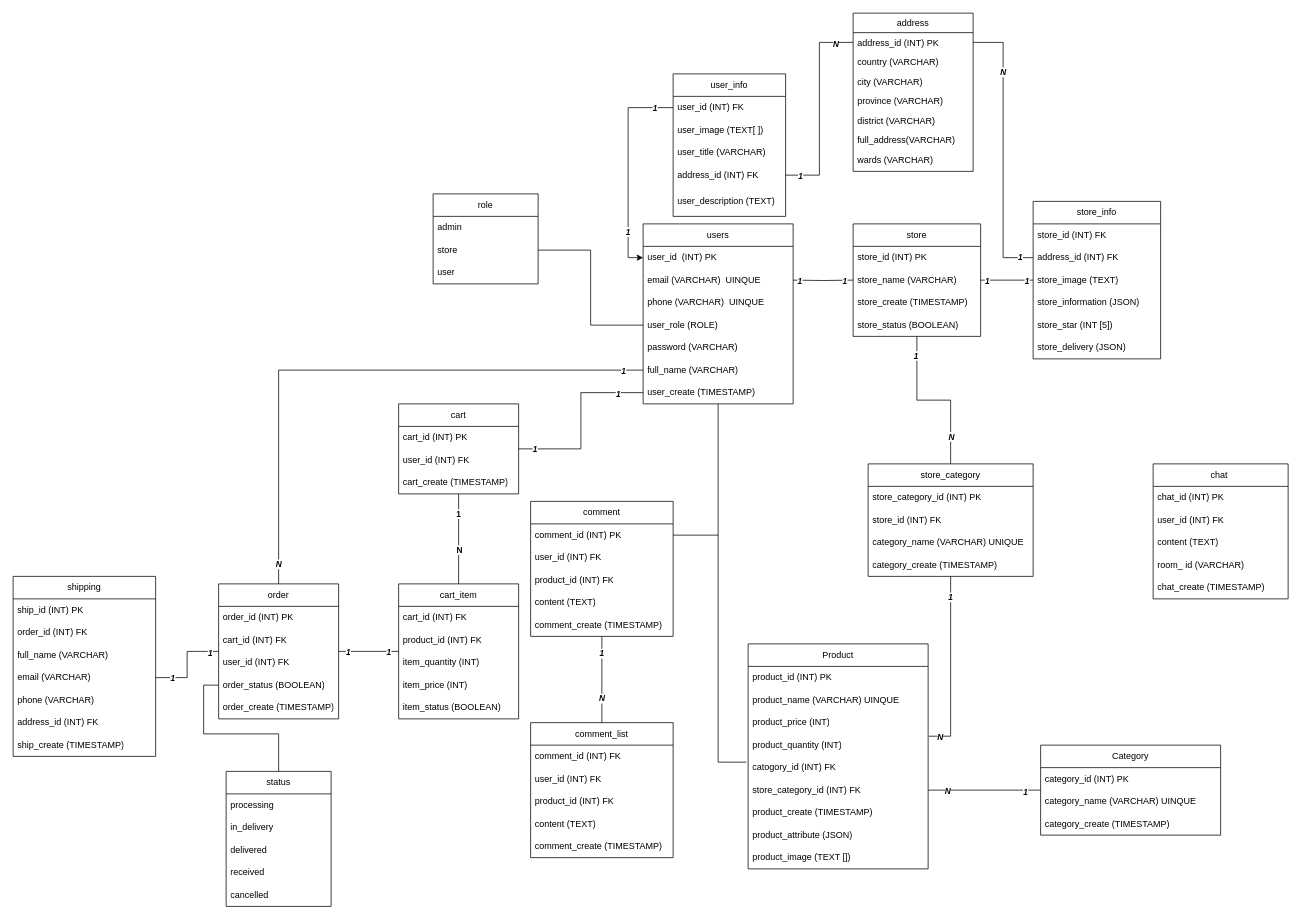
Earlier version of the draw.io diagram ecommerce.drawio.xml (C-THANH-C/PROJECT-ECOMMERCE). Source tidied: cells renumbered, new cells numbered last; positions are measured from the earlier drawing's top-left corner, leaving out a move shared by most shapes. Both pictures are drawn from the tidied source at 75%, with x=0, y=0 at pixel (13, 13).
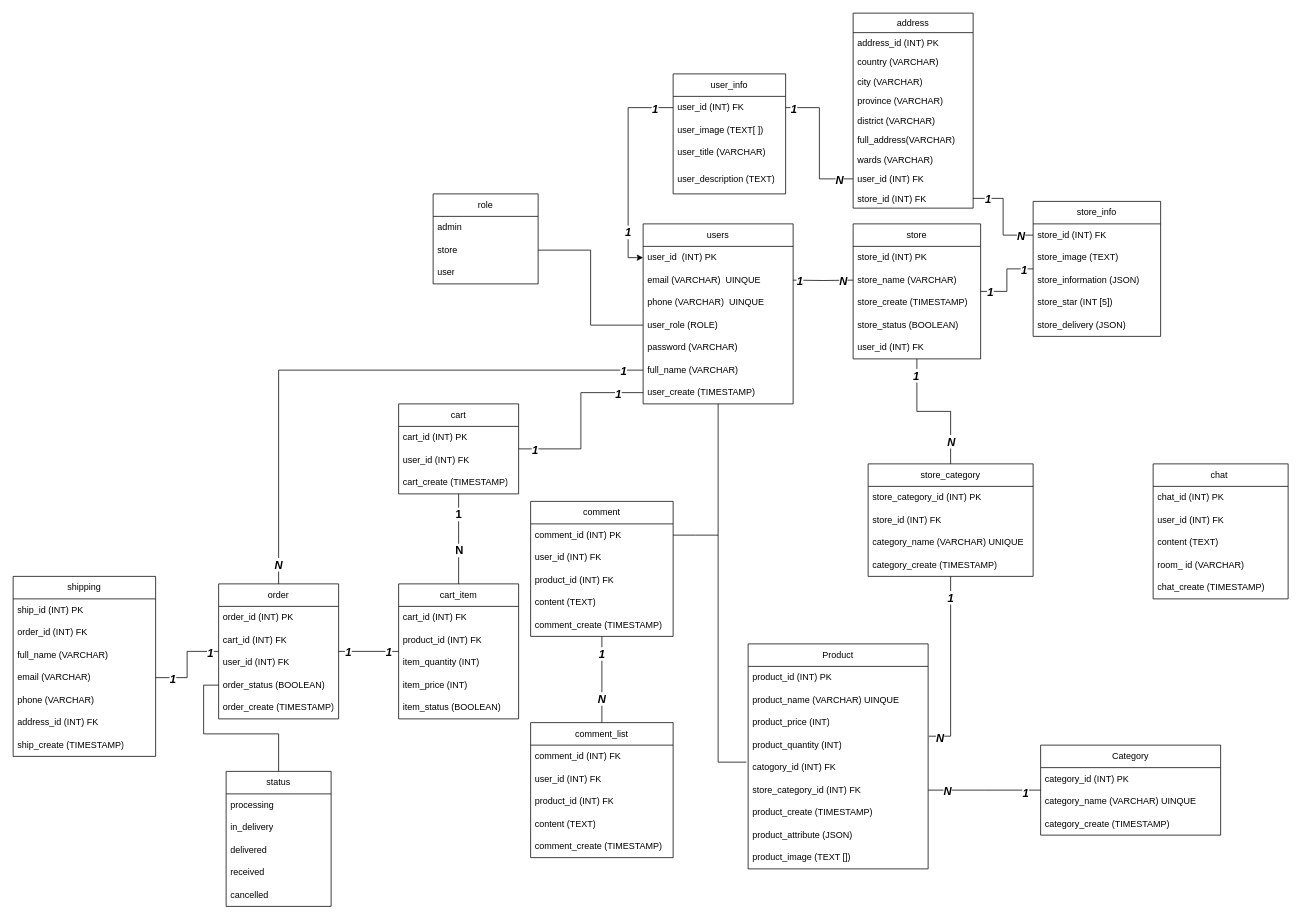
The same page after the edit.

Unchanged cells that the change refers to:
```xml
<mxCell id="10" style="edgeStyle=orthogonalEdgeStyle;rounded=0;jettySize=auto;html=1;endArrow=none;endFill=0;" parent="1" edge="1" source="13">
  <mxGeometry relative="1" as="geometry">
    <mxPoint x="1220" y="1036" as="targetPoint" />
  </mxGeometry>
</mxCell>
<mxCell id="32" value="user_id (INT) FK" style="text;strokeColor=none;fillColor=none;align=left;verticalAlign=middle;spacingLeft=4;spacingRight=4;overflow=hidden;points=[[0,0.5],[1,0.5]];portConstraint=eastwest;whiteSpace=wrap;html=1;" parent="31" vertex="1">
  <mxGeometry y="30" width="150" height="30" as="geometry" />
</mxCell>
<mxCell id="37" style="edgeStyle=orthogonalEdgeStyle;rounded=0;jettySize=auto;html=1;endArrow=none;endFill=0;" parent="1" edge="1" source="43" target="51">
  <mxGeometry relative="1" as="geometry" />
</mxCell>
<mxCell id="40" style="edgeStyle=orthogonalEdgeStyle;rounded=0;jettySize=auto;html=1;entryX=0.5;entryY=0;entryDx=0;entryDy=0;endArrow=none;endFill=0;" parent="1" edge="1" source="43" target="58">
  <mxGeometry relative="1" as="geometry" />
</mxCell>
<mxCell id="48" style="edgeStyle=orthogonalEdgeStyle;rounded=0;jettySize=auto;html=1;endArrow=none;endFill=0;" parent="1" edge="1" target="4">
  <mxGeometry relative="1" as="geometry">
    <mxPoint x="1120" y="356" as="sourcePoint" />
  </mxGeometry>
</mxCell>
<mxCell id="52" value="store_id (INT) FK" style="text;strokeColor=none;fillColor=none;align=left;verticalAlign=middle;spacingLeft=4;spacingRight=4;overflow=hidden;points=[[0,0.5],[1,0.5]];portConstraint=eastwest;whiteSpace=wrap;html=1;" parent="51" vertex="1">
  <mxGeometry y="30" width="170" height="30" as="geometry" />
</mxCell>
<mxCell id="63" style="edgeStyle=orthogonalEdgeStyle;rounded=0;jettySize=auto;html=1;entryX=1.004;entryY=0.103;entryDx=0;entryDy=0;entryPerimeter=0;endArrow=none;endFill=0;" parent="1" edge="1" source="58" target="21">
  <mxGeometry relative="1" as="geometry" />
</mxCell>
<mxCell id="66" style="edgeStyle=orthogonalEdgeStyle;rounded=0;jettySize=auto;html=1;entryX=0.5;entryY=0;entryDx=0;entryDy=0;endArrow=none;endFill=0;" parent="1" edge="1" source="72" target="79">
  <mxGeometry relative="1" as="geometry" />
</mxCell>
<mxCell id="69" style="edgeStyle=orthogonalEdgeStyle;rounded=0;jettySize=auto;html=1;entryX=0;entryY=0.5;entryDx=0;entryDy=0;endArrow=none;endFill=0;" parent="1" edge="1" source="72" target="9">
  <mxGeometry relative="1" as="geometry" />
</mxCell>
<mxCell id="76" style="edgeStyle=orthogonalEdgeStyle;rounded=0;jettySize=auto;html=1;endArrow=none;endFill=0;" parent="1" edge="1" source="79" target="88">
  <mxGeometry relative="1" as="geometry" />
</mxCell>
<mxCell id="85" style="edgeStyle=orthogonalEdgeStyle;rounded=0;jettySize=auto;html=1;entryX=1;entryY=0.5;entryDx=0;entryDy=0;endArrow=none;endFill=0;" parent="1" edge="1" source="88" target="101">
  <mxGeometry relative="1" as="geometry" />
</mxCell>
<mxCell id="94" style="edgeStyle=orthogonalEdgeStyle;rounded=0;jettySize=auto;html=1;entryX=0.5;entryY=0;entryDx=0;entryDy=0;endArrow=none;endFill=0;" parent="1" edge="1" source="8" target="88">
  <mxGeometry relative="1" as="geometry" />
</mxCell>
<mxCell id="106" style="edgeStyle=orthogonalEdgeStyle;rounded=0;jettySize=auto;html=1;entryX=0.5;entryY=0;entryDx=0;entryDy=0;endArrow=none;endFill=0;" parent="1" edge="1" source="109" target="116">
  <mxGeometry relative="1" as="geometry" />
</mxCell>
<mxCell id="129" value="address_id (INT) PK" style="text;align=left;verticalAlign=top;spacingLeft=4;spacingRight=4;overflow=hidden;points=[[0,0.5],[1,0.5]];portConstraint=eastwest;" parent="128" vertex="1">
  <mxGeometry y="26" width="160" height="26" as="geometry" />
</mxCell>
<mxCell id="137" style="edgeStyle=orthogonalEdgeStyle;rounded=0;jettySize=auto;html=1;entryX=0;entryY=0.5;entryDx=0;entryDy=0;" parent="1" edge="1" source="32" target="3">
  <mxGeometry relative="1" as="geometry" />
</mxCell>
```

Change to the diagram source:
```diff
@@
-    <mxCell id="11" value="1" style="edgeLabel;html=1;align=center;verticalAlign=middle;fontStyle=3;" parent="10" vertex="1">
+    <mxCell id="11" value="1" style="edgeLabel;html=1;align=center;verticalAlign=middle;fontStyle=3;fontSize=15;" parent="10" vertex="1">
       <mxGeometry x="-0.76" y="2" relative="1" as="geometry">
         <mxPoint x="-3" as="offset" />
       </mxGeometry>
     </mxCell>
-    <mxCell id="12" value="N" style="edgeLabel;html=1;align=center;verticalAlign=middle;fontStyle=3;" parent="10" vertex="1">
+    <mxCell id="12" value="N" style="edgeLabel;html=1;align=center;verticalAlign=middle;fontStyle=3;fontSize=15;" parent="10" vertex="1">
       <mxGeometry x="0.66" relative="1" as="geometry" />
     </mxCell>
@@
     <mxCell id="31" value="user_info" style="swimlane;fontStyle=0;horizontal=1;startSize=30;whiteSpace=wrap;html=1;" parent="1" vertex="1">
-      <mxGeometry x="880" y="81" width="150" height="190" as="geometry" />
+      <mxGeometry x="880" y="81" width="150" height="160" as="geometry" />
     </mxCell>
@@
-    <mxCell id="35" value="address_id (INT) FK" style="text;strokeColor=none;fillColor=none;align=left;verticalAlign=middle;spacingLeft=4;spacingRight=4;overflow=hidden;points=[[0,0.5],[1,0.5]];portConstraint=eastwest;whiteSpace=wrap;html=1;" parent="31" vertex="1">
-      <mxGeometry y="120" width="150" height="30" as="geometry" />
-    </mxCell>
     <mxCell id="36" value="user_description (TEXT)" style="text;strokeColor=none;fillColor=none;align=left;verticalAlign=middle;spacingLeft=4;spacingRight=4;overflow=hidden;whiteSpace=wrap;html=1;" parent="31" vertex="1">
-      <mxGeometry y="150" width="150" height="40" as="geometry" />
+      <mxGeometry y="120" width="150" height="40" as="geometry" />
     </mxCell>
@@
-    <mxCell id="38" value="1" style="edgeLabel;html=1;align=center;verticalAlign=middle;fontStyle=3;" parent="37" vertex="1">
+    <mxCell id="38" value="1" style="edgeLabel;html=1;align=center;verticalAlign=middle;fontStyle=3;fontSize=15;" parent="37" vertex="1">
       <mxGeometry x="-0.77" relative="1" as="geometry" />
     </mxCell>
-    <mxCell id="39" value="1" style="edgeLabel;html=1;align=center;verticalAlign=middle;fontStyle=3;" parent="37" vertex="1">
+    <mxCell id="39" value="1" style="edgeLabel;html=1;align=center;verticalAlign=middle;fontStyle=3;fontSize=15;" parent="37" vertex="1">
       <mxGeometry x="0.74" relative="1" as="geometry" />
     </mxCell>
@@
-    <mxCell id="41" value="&lt;b&gt;1&lt;/b&gt;" style="edgeLabel;html=1;align=center;verticalAlign=middle;fontStyle=2;" parent="40" vertex="1">
+    <mxCell id="41" value="&lt;span style=&quot;font-size: 15px;&quot;&gt;1&lt;/span&gt;" style="edgeLabel;html=1;align=center;verticalAlign=middle;fontStyle=3;fontSize=15;" parent="40" vertex="1">
       <mxGeometry x="-0.76" y="1" relative="1" as="geometry">
         <mxPoint x="-3" y="-1" as="offset" />
       </mxGeometry>
     </mxCell>
-    <mxCell id="42" value="N" style="edgeLabel;html=1;align=center;verticalAlign=middle;fontStyle=3;" parent="40" vertex="1">
+    <mxCell id="42" value="N" style="edgeLabel;html=1;align=center;verticalAlign=middle;fontStyle=3;fontSize=15;" parent="40" vertex="1">
       <mxGeometry x="0.66" y="3" relative="1" as="geometry">
         <mxPoint x="-3" as="offset" />
       </mxGeometry>
     </mxCell>
     <mxCell id="43" value="store" style="swimlane;fontStyle=0;horizontal=1;startSize=30;whiteSpace=wrap;html=1;" parent="1" vertex="1">
-      <mxGeometry x="1120" y="281" width="170" height="150" as="geometry" />
+      <mxGeometry x="1120" y="281" width="170" height="180" as="geometry" />
     </mxCell>
@@
+    <mxCell id="153" value="user_id (INT) FK" style="text;strokeColor=none;fillColor=none;align=left;verticalAlign=middle;spacingLeft=4;spacingRight=4;overflow=hidden;whiteSpace=wrap;html=1;" parent="43" vertex="1">
+      <mxGeometry y="150" width="170" height="30" as="geometry" />
+    </mxCell>
@@
-    <mxCell id="49" value="1" style="edgeLabel;html=1;align=center;verticalAlign=middle;fontStyle=3;" parent="48" vertex="1">
+    <mxCell id="49" value="1" style="edgeLabel;html=1;align=center;verticalAlign=middle;fontStyle=3;fontSize=15;" parent="48" vertex="1">
       <mxGeometry x="0.79" y="-1" relative="1" as="geometry">
         <mxPoint y="1" as="offset" />
       </mxGeometry>
     </mxCell>
-    <mxCell id="50" value="1" style="edgeLabel;html=1;align=center;verticalAlign=middle;fontStyle=3;" parent="48" vertex="1">
+    <mxCell id="50" value="N" style="edgeLabel;html=1;align=center;verticalAlign=middle;fontStyle=3;fontSize=15;" parent="48" vertex="1">
       <mxGeometry x="-0.69" y="2" relative="1" as="geometry">
-        <mxPoint y="-2" as="offset" />
+        <mxPoint x="-2" y="-2" as="offset" />
       </mxGeometry>
     </mxCell>
     <mxCell id="51" value="store_info" style="swimlane;fontStyle=0;horizontal=1;startSize=30;whiteSpace=wrap;html=1;" parent="1" vertex="1">
-      <mxGeometry x="1360" y="251" width="170" height="210" as="geometry" />
+      <mxGeometry x="1360" y="251" width="170" height="180" as="geometry" />
     </mxCell>
@@
-    <mxCell id="53" value="address_id (INT) FK" style="text;strokeColor=none;fillColor=none;align=left;verticalAlign=middle;spacingLeft=4;spacingRight=4;overflow=hidden;points=[[0,0.5],[1,0.5]];portConstraint=eastwest;whiteSpace=wrap;html=1;" parent="51" vertex="1">
-      <mxGeometry y="60" width="170" height="30" as="geometry" />
-    </mxCell>
     <mxCell id="54" value="store_image (TEXT)" style="text;strokeColor=none;fillColor=none;align=left;verticalAlign=middle;spacingLeft=4;spacingRight=4;overflow=hidden;whiteSpace=wrap;html=1;" parent="51" vertex="1">
-      <mxGeometry y="90" width="170" height="30" as="geometry" />
+      <mxGeometry y="60" width="170" height="30" as="geometry" />
     </mxCell>
     <mxCell id="55" value="store_information (JSON)" style="text;strokeColor=none;fillColor=none;align=left;verticalAlign=middle;spacingLeft=4;spacingRight=4;overflow=hidden;whiteSpace=wrap;html=1;" parent="51" vertex="1">
-      <mxGeometry y="120" width="170" height="30" as="geometry" />
+      <mxGeometry y="90" width="170" height="30" as="geometry" />
     </mxCell>
     <mxCell id="56" value="store_star (INT [5])" style="text;strokeColor=none;fillColor=none;align=left;verticalAlign=middle;spacingLeft=4;spacingRight=4;overflow=hidden;whiteSpace=wrap;html=1;" parent="51" vertex="1">
-      <mxGeometry y="150" width="170" height="30" as="geometry" />
+      <mxGeometry y="120" width="170" height="30" as="geometry" />
     </mxCell>
     <mxCell id="57" value="store_delivery (JSON)" style="text;strokeColor=none;fillColor=none;align=left;verticalAlign=middle;spacingLeft=4;spacingRight=4;overflow=hidden;whiteSpace=wrap;html=1;" parent="51" vertex="1">
-      <mxGeometry y="180" width="170" height="30" as="geometry" />
+      <mxGeometry y="150" width="170" height="30" as="geometry" />
     </mxCell>
@@
-    <mxCell id="64" value="1" style="edgeLabel;html=1;align=center;verticalAlign=middle;fontStyle=3;" parent="63" vertex="1">
+    <mxCell id="64" value="1" style="edgeLabel;html=1;align=center;verticalAlign=middle;fontStyle=3;fontSize=15;" parent="63" vertex="1">
       <mxGeometry x="-0.78" y="-2" relative="1" as="geometry">
         <mxPoint x="1" as="offset" />
       </mxGeometry>
     </mxCell>
-    <mxCell id="65" value="N" style="edgeLabel;html=1;align=center;verticalAlign=middle;fontStyle=3;" parent="63" vertex="1">
+    <mxCell id="65" value="N" style="edgeLabel;html=1;align=center;verticalAlign=middle;fontStyle=3;fontSize=15;" parent="63" vertex="1">
       <mxGeometry x="0.87" y="1" relative="1" as="geometry">
         <mxPoint x="-2" as="offset" />
       </mxGeometry>
     </mxCell>
@@
-    <mxCell id="67" value="1" style="edgeLabel;html=1;align=center;verticalAlign=middle;fontStyle=1;" parent="66" vertex="1">
+    <mxCell id="67" value="1" style="edgeLabel;html=1;align=center;verticalAlign=middle;fontStyle=1;fontSize=15;" parent="66" vertex="1">
       <mxGeometry x="-0.57" y="2" relative="1" as="geometry">
         <mxPoint x="-3" as="offset" />
       </mxGeometry>
     </mxCell>
-    <mxCell id="68" value="N" style="edgeLabel;html=1;align=center;verticalAlign=middle;fontStyle=1;" parent="66" vertex="1">
+    <mxCell id="68" value="N" style="edgeLabel;html=1;align=center;verticalAlign=middle;fontStyle=1;fontSize=15;" parent="66" vertex="1">
       <mxGeometry x="0.23" relative="1" as="geometry" />
     </mxCell>
@@
-    <mxCell id="70" value="&lt;b&gt;1&lt;/b&gt;" style="edgeLabel;html=1;align=center;verticalAlign=middle;fontStyle=2;" parent="69" vertex="1">
+    <mxCell id="70" value="&lt;b&gt;1&lt;/b&gt;" style="edgeLabel;html=1;align=center;verticalAlign=middle;fontStyle=2;fontSize=15;" parent="69" vertex="1">
       <mxGeometry x="0.72" y="-1" relative="1" as="geometry" />
     </mxCell>
-    <mxCell id="71" value="&lt;b&gt;1&lt;/b&gt;" style="edgeLabel;html=1;align=center;verticalAlign=middle;fontStyle=2;" parent="69" vertex="1">
+    <mxCell id="71" value="&lt;span style=&quot;font-size: 15px;&quot;&gt;1&lt;/span&gt;" style="edgeLabel;html=1;align=center;verticalAlign=middle;fontStyle=3;fontSize=15;" parent="69" vertex="1">
       <mxGeometry x="-0.83" y="2" relative="1" as="geometry">
         <mxPoint x="1" y="2" as="offset" />
       </mxGeometry>
     </mxCell>
@@
-    <mxCell id="77" value="1" style="edgeLabel;html=1;align=center;verticalAlign=middle;fontStyle=3;" parent="76" vertex="1">
+    <mxCell id="77" value="1" style="edgeLabel;html=1;align=center;verticalAlign=middle;fontStyle=3;fontSize=15;" parent="76" vertex="1">
       <mxGeometry x="-0.66" relative="1" as="geometry" />
     </mxCell>
-    <mxCell id="78" value="1" style="edgeLabel;html=1;align=center;verticalAlign=middle;fontStyle=3;" parent="76" vertex="1">
+    <mxCell id="78" value="1" style="edgeLabel;html=1;align=center;verticalAlign=middle;fontStyle=3;fontSize=15;" parent="76" vertex="1">
       <mxGeometry x="0.69" relative="1" as="geometry" />
     </mxCell>
@@
-    <mxCell id="86" value="1" style="edgeLabel;html=1;align=center;verticalAlign=middle;fontStyle=3;" parent="85" vertex="1">
+    <mxCell id="86" value="1" style="edgeLabel;html=1;align=center;verticalAlign=middle;fontStyle=3;fontSize=15;" parent="85" vertex="1">
       <mxGeometry x="-0.8" y="1" relative="1" as="geometry" />
     </mxCell>
-    <mxCell id="87" value="1" style="edgeLabel;html=1;align=center;verticalAlign=middle;fontStyle=3;" parent="85" vertex="1">
+    <mxCell id="87" value="1" style="edgeLabel;html=1;align=center;verticalAlign=middle;fontStyle=3;fontSize=15;" parent="85" vertex="1">
       <mxGeometry x="0.63" relative="1" as="geometry" />
     </mxCell>
@@
-    <mxCell id="95" value="1" style="edgeLabel;html=1;align=center;verticalAlign=middle;fontStyle=3;" parent="94" vertex="1">
+    <mxCell id="95" value="1" style="edgeLabel;html=1;align=center;verticalAlign=middle;fontStyle=3;fontSize=15;" parent="94" vertex="1">
       <mxGeometry x="-0.93" relative="1" as="geometry" />
     </mxCell>
-    <mxCell id="96" value="N" style="edgeLabel;html=1;align=center;verticalAlign=middle;fontStyle=3;" parent="94" vertex="1">
+    <mxCell id="96" value="N" style="edgeLabel;html=1;align=center;verticalAlign=middle;fontStyle=3;fontSize=15;" parent="94" vertex="1">
       <mxGeometry x="0.93" y="-1" relative="1" as="geometry" />
     </mxCell>
@@
-    <mxCell id="107" value="&lt;b&gt;1&lt;/b&gt;" style="edgeLabel;html=1;align=center;verticalAlign=middle;fontStyle=2;" parent="106" vertex="1">
+    <mxCell id="107" value="&lt;span style=&quot;font-size: 15px;&quot;&gt;1&lt;/span&gt;" style="edgeLabel;html=1;align=center;verticalAlign=middle;fontStyle=3;fontSize=15;" parent="106" vertex="1">
       <mxGeometry x="-0.62" y="-1" relative="1" as="geometry" />
     </mxCell>
-    <mxCell id="108" value="N" style="edgeLabel;html=1;align=center;verticalAlign=middle;fontStyle=3;" parent="106" vertex="1">
+    <mxCell id="108" value="N" style="edgeLabel;html=1;align=center;verticalAlign=middle;fontStyle=3;fontSize=15;" parent="106" vertex="1">
       <mxGeometry x="0.42" y="-1" relative="1" as="geometry" />
     </mxCell>
@@
     <mxCell id="128" value="address" style="swimlane;fontStyle=0;align=center;verticalAlign=top;horizontal=1;startSize=26;rounded=0;shadow=0;strokeWidth=1;" parent="1" vertex="1">
-      <mxGeometry x="1120" width="160" height="211" as="geometry" />
+      <mxGeometry x="1120" width="160" height="260" as="geometry" />
     </mxCell>
@@
+    <mxCell id="154" value="user_id (INT) FK" style="text;align=left;verticalAlign=top;spacingLeft=4;spacingRight=4;overflow=hidden;points=[[0,0.5],[1,0.5]];portConstraint=eastwest;" parent="128" vertex="1">
+      <mxGeometry y="208" width="160" height="26" as="geometry" />
+    </mxCell>
+    <mxCell id="155" value="store_id (INT) FK" style="text;align=left;verticalAlign=top;spacingLeft=4;spacingRight=4;overflow=hidden;points=[[0,0.5],[1,0.5]];portConstraint=eastwest;" parent="128" vertex="1">
+      <mxGeometry y="234" width="160" height="26" as="geometry" />
+    </mxCell>
@@
-    <mxCell id="138" value="1" style="edgeLabel;html=1;align=center;verticalAlign=middle;fontStyle=3;" parent="137" vertex="1">
+    <mxCell id="138" value="1" style="edgeLabel;html=1;align=center;verticalAlign=middle;fontStyle=3;fontSize=15;" parent="137" vertex="1">
       <mxGeometry x="0.61" y="-1" relative="1" as="geometry" />
     </mxCell>
-    <mxCell id="139" value="&lt;b&gt;1&lt;/b&gt;" style="edgeLabel;html=1;align=center;verticalAlign=middle;fontStyle=2;" parent="137" vertex="1">
+    <mxCell id="139" value="&lt;b style=&quot;font-size: 15px;&quot;&gt;1&lt;/b&gt;" style="edgeLabel;html=1;align=center;verticalAlign=middle;fontStyle=2;fontSize=15;" parent="137" vertex="1">
       <mxGeometry x="-0.82" y="1" relative="1" as="geometry">
         <mxPoint y="-1" as="offset" />
       </mxGeometry>
     </mxCell>
-    <mxCell id="140" style="edgeStyle=orthogonalEdgeStyle;rounded=0;jettySize=auto;html=1;entryX=0;entryY=0.5;entryDx=0;entryDy=0;endArrow=none;endFill=0;" parent="1" edge="1" source="35" target="129">
-      <mxGeometry relative="1" as="geometry" />
-    </mxCell>
-    <mxCell id="141" value="&lt;b&gt;N&lt;/b&gt;" style="edgeLabel;html=1;align=center;verticalAlign=middle;fontStyle=2;" parent="140" vertex="1">
-      <mxGeometry x="0.82" y="-3" relative="1" as="geometry">
-        <mxPoint y="-1" as="offset" />
-      </mxGeometry>
-    </mxCell>
-    <mxCell id="142" value="&lt;b&gt;1&lt;/b&gt;" style="edgeLabel;html=1;align=center;verticalAlign=middle;fontStyle=2;" parent="140" vertex="1">
-      <mxGeometry x="-0.86" relative="1" as="geometry" />
-    </mxCell>
-    <mxCell id="143" style="edgeStyle=orthogonalEdgeStyle;rounded=0;jettySize=auto;html=1;entryX=1;entryY=0.5;entryDx=0;entryDy=0;endArrow=none;endFill=0;" parent="1" edge="1" source="53" target="129">
-      <mxGeometry relative="1" as="geometry" />
-    </mxCell>
-    <mxCell id="144" value="&lt;b&gt;1&lt;/b&gt;" style="edgeLabel;html=1;align=center;verticalAlign=middle;fontStyle=2;" parent="143" vertex="1">
-      <mxGeometry x="-0.9" y="-1" relative="1" as="geometry" />
-    </mxCell>
-    <mxCell id="145" value="&lt;b&gt;N&lt;/b&gt;" style="edgeLabel;html=1;align=center;verticalAlign=middle;fontStyle=2;" parent="143" vertex="1">
-      <mxGeometry x="0.57" y="2" relative="1" as="geometry">
-        <mxPoint x="1" as="offset" />
-      </mxGeometry>
-    </mxCell>
@@
+    <mxCell id="156" style="edgeStyle=orthogonalEdgeStyle;rounded=0;jettySize=auto;html=1;entryX=1;entryY=0.5;entryDx=0;entryDy=0;endArrow=none;endFill=0;" parent="1" edge="1" source="154" target="32">
+      <mxGeometry relative="1" as="geometry" />
+    </mxCell>
+    <mxCell id="157" value="&lt;span style=&quot;font-size: 15px;&quot;&gt;1&lt;/span&gt;" style="edgeLabel;html=1;align=center;verticalAlign=middle;fontStyle=3;fontSize=15;" parent="156" vertex="1">
+      <mxGeometry x="0.89" y="-1" relative="1" as="geometry">
+        <mxPoint y="1" as="offset" />
+      </mxGeometry>
+    </mxCell>
+    <mxCell id="158" value="&lt;span style=&quot;font-size: 15px;&quot;&gt;&lt;span style=&quot;font-size: 15px;&quot;&gt;N&lt;/span&gt;&lt;/span&gt;" style="edgeLabel;html=1;align=center;verticalAlign=middle;fontStyle=3;fontSize=15;" parent="156" vertex="1">
+      <mxGeometry x="-0.79" y="-4" relative="1" as="geometry">
+        <mxPoint y="4" as="offset" />
+      </mxGeometry>
+    </mxCell>
+    <mxCell id="159" style="edgeStyle=orthogonalEdgeStyle;rounded=0;jettySize=auto;html=1;entryX=1;entryY=0.5;entryDx=0;entryDy=0;endArrow=none;endFill=0;" parent="1" edge="1" source="52" target="155">
+      <mxGeometry relative="1" as="geometry" />
+    </mxCell>
+    <mxCell id="160" value="&lt;b style=&quot;font-size: 15px;&quot;&gt;&lt;i style=&quot;font-size: 15px;&quot;&gt;1&lt;/i&gt;&lt;/b&gt;" style="edgeLabel;html=1;align=center;verticalAlign=middle;fontSize=15;" parent="159" vertex="1">
+      <mxGeometry x="0.7" y="-1" relative="1" as="geometry" />
+    </mxCell>
+    <mxCell id="161" value="&lt;i style=&quot;font-size: 15px;&quot;&gt;&lt;b style=&quot;font-size: 15px;&quot;&gt;N&lt;/b&gt;&lt;/i&gt;" style="edgeLabel;html=1;align=center;verticalAlign=middle;fontSize=15;" parent="159" vertex="1">
+      <mxGeometry x="-0.73" relative="1" as="geometry" />
+    </mxCell>
```
